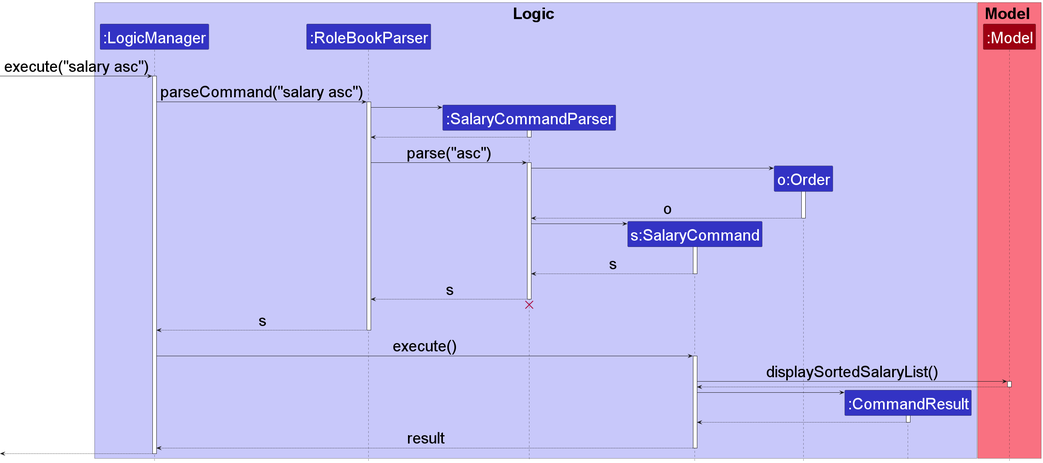
Earlier version of the PlantUML export docs/images/SalaryCommandSequenceDiagram.png (nus-cs2103-AY2223S2/tp).
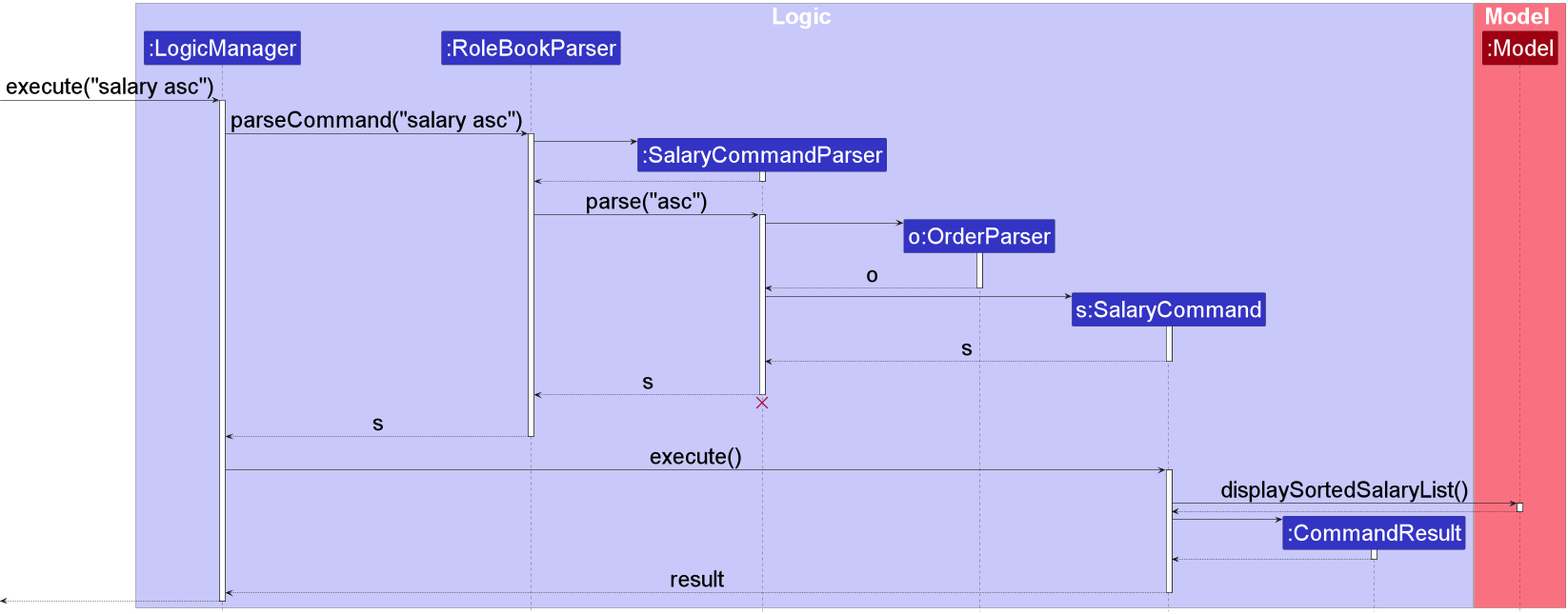
The same file after the commit.

Commit message:
Update sequence diagram for SalaryCommand and DeadlineCommand in DG

The edit, as a diff of the source:
```diff
@@ -7,8 +7,8 @@
 participant ":LogicManager" as LogicManager LOGIC_COLOR
 participant ":RoleBookParser" as RoleBookParser LOGIC_COLOR
 participant ":SalaryCommandParser" as SalaryCommandParser LOGIC_COLOR
+participant "o:OrderParser" as OrderParser LOGIC_COLOR
 participant "s:SalaryCommand" as SalaryCommand LOGIC_COLOR
-participant "o:Order" as Order LOGIC_COLOR
 participant ":CommandResult" as CommandResult LOGIC_COLOR
 end box
 
@@ -33,12 +33,12 @@
 RoleBookParser -> SalaryCommandParser : parse("asc")
 activate SalaryCommandParser
 
-create Order
-SalaryCommandParser -> Order
-activate Order
+create OrderParser
+SalaryCommandParser -> OrderParser
+activate OrderParser
 
-Order --> SalaryCommandParser : o
-deactivate Order
+OrderParser --> SalaryCommandParser : o
+deactivate OrderParser
 
 create SalaryCommand
 SalaryCommandParser -> SalaryCommand
@@ -46,7 +46,6 @@
 
 SalaryCommand --> SalaryCommandParser : s
 deactivate SalaryCommand
-
 
 SalaryCommandParser --> RoleBookParser : s
 deactivate SalaryCommandParser
```
